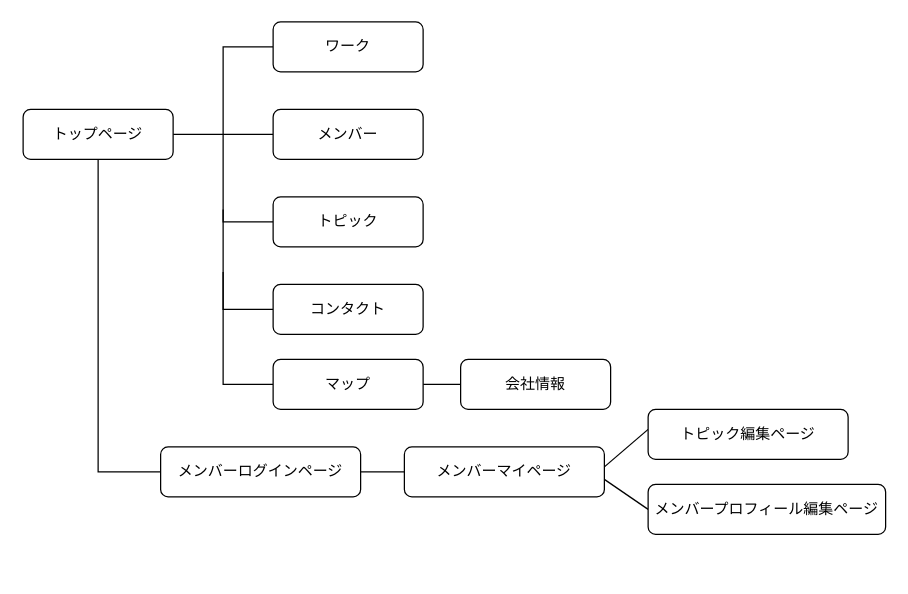
umetoyama/orghp_ex01 keeps this draw.io diagram as ST.dio. Above is the earlier version. Source tidied: cells renumbered, new cells numbered last; positions are measured from the earlier drawing's top-left corner, leaving out a move shared by most shapes. Both pictures are drawn from the tidied source at 125%, with x=0, y=0 at pixel (22, 21).
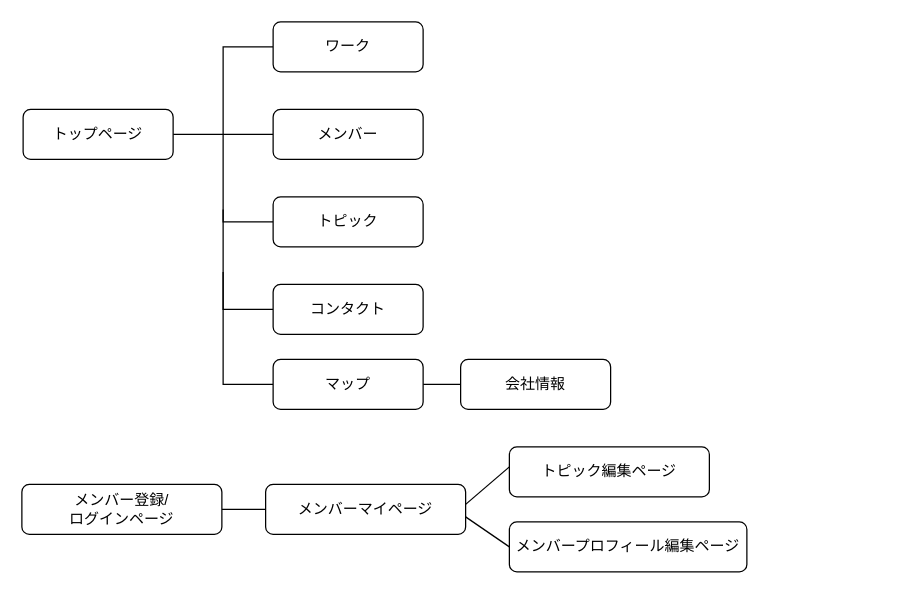
Above is the later version.

Commit message (it also covers changes not shown here):
画面遷移図、データベース設計記述ファイル修正

The change refers to these unchanged cells:
```xml
<mxCell id="4" value="トップページ" style="rounded=1;whiteSpace=wrap;html=1;" parent="1" vertex="1">
  <mxGeometry y="70" width="120" height="40" as="geometry" />
</mxCell>
```

Diff of the diagram source:
```diff
@@
-    <mxCell id="3" style="edgeStyle=none;rounded=0;html=1;exitX=0.5;exitY=1;exitDx=0;exitDy=0;entryX=0;entryY=0.5;entryDx=0;entryDy=0;endArrow=none;endFill=0;" parent="1" edge="1" source="4" target="13">
-      <mxGeometry relative="1" as="geometry">
-        <Array as="points">
-          <mxPoint x="60" y="360" />
-        </Array>
-      </mxGeometry>
-    </mxCell>
@@
-    <mxCell id="13" value="メンバーログインページ" style="rounded=1;whiteSpace=wrap;html=1;" parent="1" vertex="1">
-      <mxGeometry x="110" y="340" width="160" height="40" as="geometry" />
+    <mxCell id="13" value="メンバー登録/&lt;br&gt;ログインページ" style="rounded=1;whiteSpace=wrap;html=1;" parent="1" vertex="1">
+      <mxGeometry x="-1" y="370" width="160" height="40" as="geometry" />
     </mxCell>
     <mxCell id="14" style="edgeStyle=none;rounded=0;html=1;exitX=1;exitY=0.5;exitDx=0;exitDy=0;entryX=0;entryY=0.5;entryDx=0;entryDy=0;endArrow=none;endFill=0;" parent="1" edge="1">
       <mxGeometry relative="1" as="geometry">
-        <mxPoint x="465" y="356" as="sourcePoint" />
-        <mxPoint x="500" y="326" as="targetPoint" />
+        <mxPoint x="354" y="386" as="sourcePoint" />
+        <mxPoint x="389" y="356" as="targetPoint" />
       </mxGeometry>
     </mxCell>
     <mxCell id="15" style="edgeStyle=none;rounded=0;html=1;exitX=1;exitY=0.75;exitDx=0;exitDy=0;entryX=0;entryY=0.5;entryDx=0;entryDy=0;endArrow=none;endFill=0;" parent="1" edge="1" target="18">
       <mxGeometry relative="1" as="geometry">
-        <mxPoint x="465" y="366" as="sourcePoint" />
+        <mxPoint x="354" y="396" as="sourcePoint" />
       </mxGeometry>
     </mxCell>
     <mxCell id="16" value="メンバーマイページ" style="rounded=1;whiteSpace=wrap;html=1;" parent="1" vertex="1">
-      <mxGeometry x="305" y="340" width="160" height="40" as="geometry" />
+      <mxGeometry x="194" y="370" width="160" height="40" as="geometry" />
     </mxCell>
     <mxCell id="17" value="トピック編集ページ" style="rounded=1;whiteSpace=wrap;html=1;" parent="1" vertex="1">
-      <mxGeometry x="500" y="310" width="160" height="40" as="geometry" />
+      <mxGeometry x="389" y="340" width="160" height="40" as="geometry" />
     </mxCell>
     <mxCell id="18" value="メンバープロフィール編集ページ" style="rounded=1;whiteSpace=wrap;html=1;" parent="1" vertex="1">
-      <mxGeometry x="500" y="370" width="190" height="40" as="geometry" />
+      <mxGeometry x="389" y="400" width="190" height="40" as="geometry" />
     </mxCell>
```
